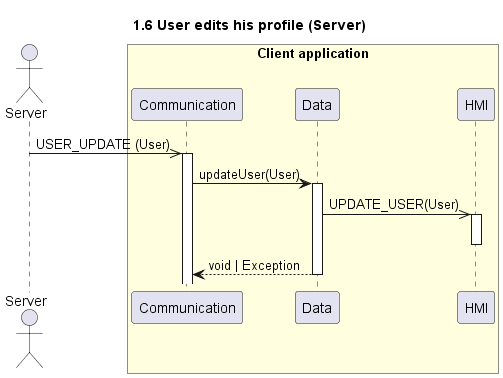
The PlantUML diagram website/images/sequence/1.6 User edits his profile (Server).png in UTCAI12/Diagrams, before a commit. The source it was exported from:
```plantuml
@startuml 1.6 User edits his profile (Server)
title 1.6 User edits his profile (Server)

actor "Server" as server
box "Client application" #LightYellow
    participant "Communication" as com
    participant "Data" as data
    participant "HMI" as hmi
end box

server ->> com++: USER_UPDATE (User)
com->data++: updateUser(User)
data->>hmi++:UPDATE_USER(User)
deactivate hmi
return void | Exception
@enduml
```
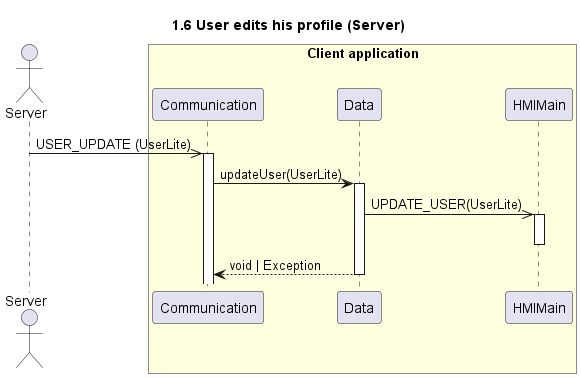
The same file after the commit.

The edit, as a diff of the source:
```diff
@@ -5,12 +5,12 @@
 box "Client application" #LightYellow
     participant "Communication" as com
     participant "Data" as data
-    participant "HMI" as hmi
+    participant "HMIMain" as hmi
 end box
 
-server ->> com++: USER_UPDATE (User)
-com->data++: updateUser(User)
-data->>hmi++:UPDATE_USER(User)
+server ->> com++: USER_UPDATE (UserLite)
+com->data++: updateUser(UserLite)
+data->>hmi++:UPDATE_USER(UserLite)
 deactivate hmi
 return void | Exception
 @enduml
```
